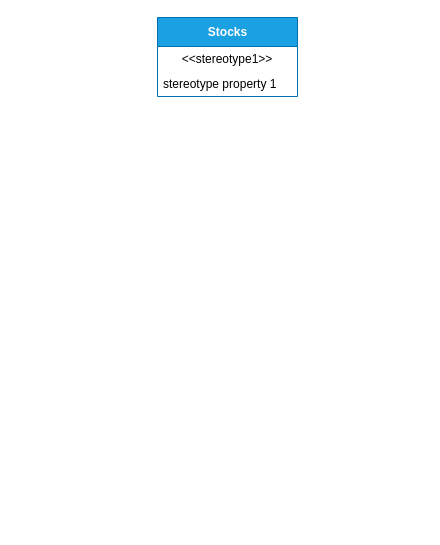
Earlier version of the draw.io diagram market_analyze/market_analysis_diagrams.drawio (igormontrezor/studies). Source tidied: cells renumbered, new cells numbered last; positions are measured from the earlier drawing's top-left corner, leaving out a move shared by most shapes. Both pictures are drawn from the tidied source at 100%, with x=0, y=0 at pixel (157, 17).
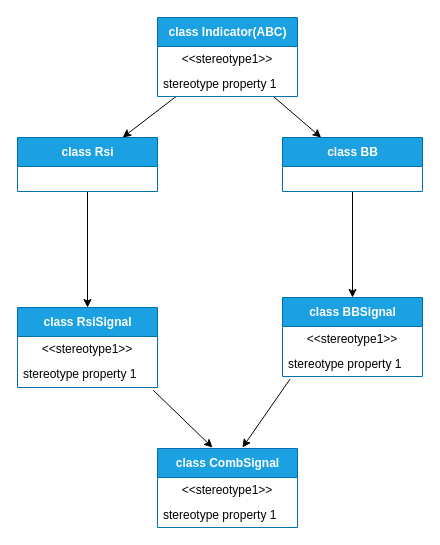
The same page after the edit.

Commit message (it also covers changes not shown here):
implementation of system analystic and system 'market', future integrantion of all. IN OOP .version_0.13.alpha

Diff of the diagram source:
```diff
@@
+    <mxCell id="5" style="edgeStyle=none;html=1;" parent="1" edge="1" source="2" target="8">
+      <mxGeometry relative="1" as="geometry" />
+    </mxCell>
+    <mxCell id="6" style="edgeStyle=none;html=1;" parent="1" edge="1" source="2" target="16">
+      <mxGeometry relative="1" as="geometry" />
+    </mxCell>
-    <mxCell id="2" value="Stocks" style="swimlane;fontStyle=1;align=center;verticalAlign=middle;horizontal=1;startSize=29;html=1;fillColor=#1ba1e2;fontColor=#ffffff;strokeColor=#006EAF;" parent="1" vertex="1">
+    <mxCell id="2" value="class Indicator(ABC)" style="swimlane;fontStyle=1;align=center;verticalAlign=middle;horizontal=1;startSize=29;html=1;fillColor=#1ba1e2;fontColor=#ffffff;strokeColor=#006EAF;" parent="1" vertex="1">
       <mxGeometry width="140" height="79" as="geometry" />
     </mxCell>
@@
+    <mxCell id="7" style="edgeStyle=none;html=1;" parent="1" edge="1" source="8" target="9">
+      <mxGeometry relative="1" as="geometry" />
+    </mxCell>
+    <mxCell id="8" value="class Rsi" style="swimlane;fontStyle=1;align=center;verticalAlign=middle;horizontal=1;startSize=29;html=1;fillColor=#1ba1e2;fontColor=#ffffff;strokeColor=#006EAF;" parent="1" vertex="1">
+      <mxGeometry x="-140" y="120" width="140" height="54" as="geometry" />
+    </mxCell>
+    <mxCell id="9" value="class RsiSignal" style="swimlane;fontStyle=1;align=center;verticalAlign=middle;horizontal=1;startSize=29;html=1;fillColor=#1ba1e2;fontColor=#ffffff;strokeColor=#006EAF;" parent="1" vertex="1">
+      <mxGeometry x="-140" y="290" width="140" height="80" as="geometry" />
+    </mxCell>
+    <mxCell id="10" value="&amp;lt;&amp;lt;stereotype1&amp;gt;&amp;gt;" style="text;html=1;strokeColor=none;fillColor=none;align=center;verticalAlign=middle;spacingLeft=4;spacingRight=4;overflow=hidden;" parent="9" vertex="1">
+      <mxGeometry y="29" width="140" height="25" as="geometry" />
+    </mxCell>
+    <mxCell id="11" value="stereotype property 1" style="text;html=1;strokeColor=none;fillColor=none;align=left;verticalAlign=middle;spacingLeft=4;spacingRight=4;overflow=hidden;points=[[0,0.5],[1,0.5]];portConstraint=eastwest;" parent="9" vertex="1">
+      <mxGeometry y="54" width="140" height="26" as="geometry" />
+    </mxCell>
+    <mxCell id="12" value="class CombSignal" style="swimlane;fontStyle=1;align=center;verticalAlign=middle;horizontal=1;startSize=29;html=1;fillColor=#1ba1e2;fontColor=#ffffff;strokeColor=#006EAF;" parent="1" vertex="1">
+      <mxGeometry y="431" width="140" height="79" as="geometry" />
+    </mxCell>
+    <mxCell id="13" value="&amp;lt;&amp;lt;stereotype1&amp;gt;&amp;gt;" style="text;html=1;strokeColor=none;fillColor=none;align=center;verticalAlign=middle;spacingLeft=4;spacingRight=4;overflow=hidden;" parent="12" vertex="1">
+      <mxGeometry y="29" width="140" height="25" as="geometry" />
+    </mxCell>
+    <mxCell id="14" value="stereotype property 1" style="text;html=1;strokeColor=none;fillColor=none;align=left;verticalAlign=middle;spacingLeft=4;spacingRight=4;overflow=hidden;" parent="12" vertex="1">
+      <mxGeometry y="54" width="140" height="25" as="geometry" />
+    </mxCell>
+    <mxCell id="15" style="edgeStyle=none;html=1;" parent="1" edge="1" source="16" target="17">
+      <mxGeometry relative="1" as="geometry" />
+    </mxCell>
+    <mxCell id="16" value="class BB" style="swimlane;fontStyle=1;align=center;verticalAlign=middle;horizontal=1;startSize=29;html=1;fillColor=#1ba1e2;fontColor=#ffffff;strokeColor=#006EAF;" parent="1" vertex="1">
+      <mxGeometry x="125" y="120" width="140" height="54" as="geometry" />
+    </mxCell>
+    <mxCell id="17" value="class BBSignal" style="swimlane;fontStyle=1;align=center;verticalAlign=middle;horizontal=1;startSize=29;html=1;fillColor=#1ba1e2;fontColor=#ffffff;strokeColor=#006EAF;" parent="1" vertex="1">
+      <mxGeometry x="125" y="280" width="140" height="79" as="geometry" />
+    </mxCell>
+    <mxCell id="18" value="&amp;lt;&amp;lt;stereotype1&amp;gt;&amp;gt;" style="text;html=1;strokeColor=none;fillColor=none;align=center;verticalAlign=middle;spacingLeft=4;spacingRight=4;overflow=hidden;" parent="17" vertex="1">
+      <mxGeometry y="29" width="140" height="25" as="geometry" />
+    </mxCell>
+    <mxCell id="19" value="stereotype property 1" style="text;html=1;strokeColor=none;fillColor=none;align=left;verticalAlign=middle;spacingLeft=4;spacingRight=4;overflow=hidden;points=[[0,0.5],[1,0.5]];portConstraint=eastwest;" parent="17" vertex="1">
+      <mxGeometry y="54" width="140" height="25" as="geometry" />
+    </mxCell>
+    <mxCell id="20" style="endArrow=classic;html=1;exitX=0.97;exitY=1.108;exitDx=0;exitDy=0;exitPerimeter=0;" parent="1" edge="1" source="11">
+      <mxGeometry relative="1" as="geometry">
+        <mxPoint x="55" y="430" as="targetPoint" />
+      </mxGeometry>
+    </mxCell>
+    <mxCell id="21" style="endArrow=classic;html=1;exitX=0.054;exitY=1.104;exitDx=0;exitDy=0;exitPerimeter=0;" parent="1" edge="1" source="19">
+      <mxGeometry relative="1" as="geometry">
+        <mxPoint x="85" y="430" as="targetPoint" />
+      </mxGeometry>
+    </mxCell>
```
